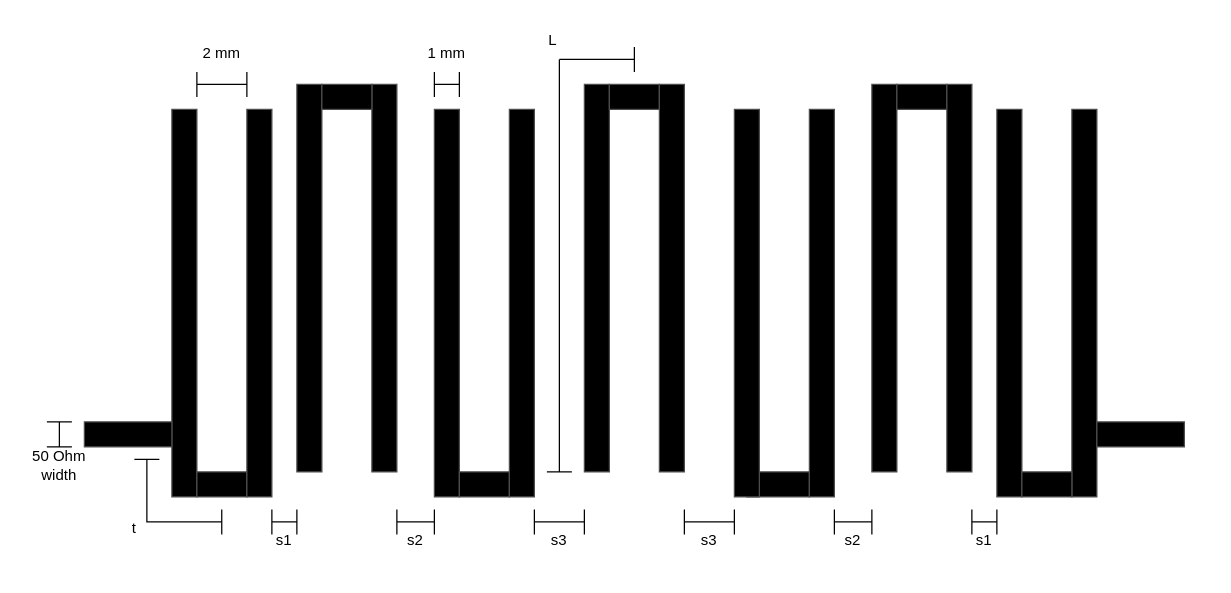
This is gitfigures/system_design/rf_front_end/bandpass_filter/final_hairpin_bandpass.drawio from Niclasapdk/esd5_project, a draw.io file, before an edit. Source tidied: cells renumbered, new cells numbered last; positions are measured from the earlier drawing's top-left corner, leaving out a move shared by most shapes. Both pictures are drawn from the tidied source at 125%, with x=0, y=0 at pixel (21, 21).
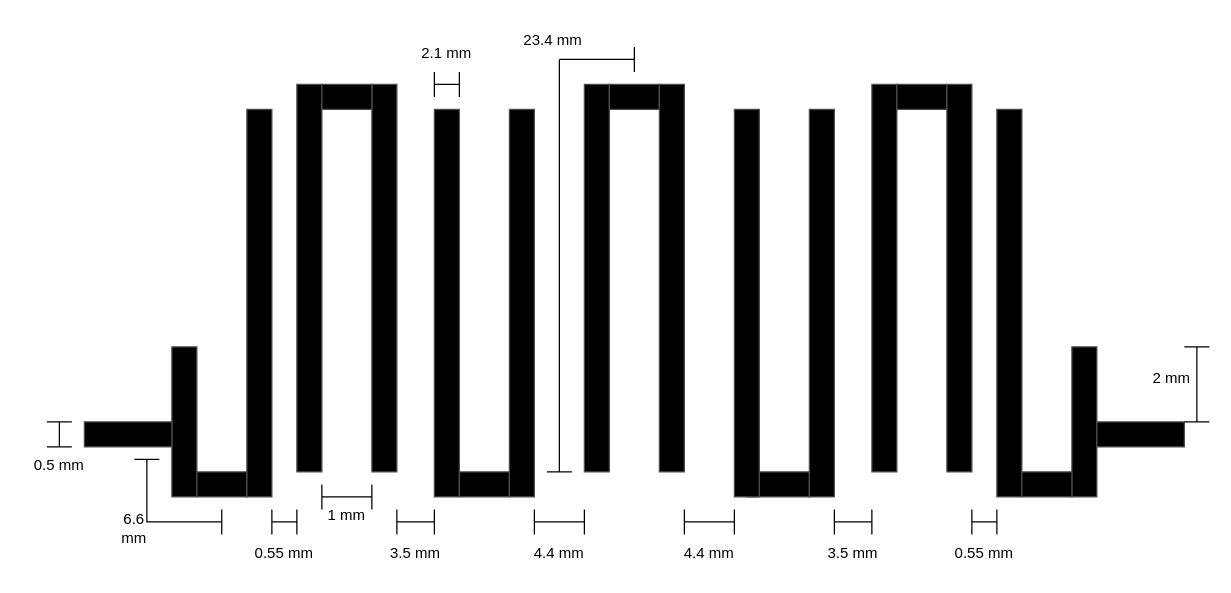
The same diagram, later.

Diff of the diagram source:
```diff
@@
     <mxCell id="2" style="rounded=0;whiteSpace=wrap;html=1;fillColor=#000000;strokeColor=#4D4D4D;" parent="1" vertex="1">
-      <mxGeometry x="120" y="70" width="20" height="310" as="geometry" />
+      <mxGeometry x="120" y="260" width="20" height="120" as="geometry" />
     </mxCell>
@@
     <mxCell id="15" style="rounded=0;whiteSpace=wrap;html=1;fillColor=#000000;strokeColor=#4D4D4D;" parent="1" vertex="1">
-      <mxGeometry x="840" y="70" width="20" height="310" as="geometry" />
+      <mxGeometry x="840" y="260" width="20" height="120" as="geometry" />
     </mxCell>
@@
-    <mxCell id="26" value="1 mm" style="text;html=1;align=center;verticalAlign=middle;whiteSpace=wrap;rounded=0;" parent="1" vertex="1">
+    <mxCell id="26" value="2.1 mm" style="text;html=1;align=center;verticalAlign=middle;whiteSpace=wrap;rounded=0;" parent="1" vertex="1">
       <mxGeometry x="310" y="10" width="60" height="30" as="geometry" />
     </mxCell>
     <mxCell id="27" style="shape=crossbar;whiteSpace=wrap;html=1;rounded=1;" parent="1" vertex="1">
-      <mxGeometry x="140" y="40" width="40" height="20" as="geometry" />
+      <mxGeometry x="240" y="370" width="40" height="20" as="geometry" />
     </mxCell>
-    <mxCell id="28" value="2 mm" style="text;html=1;align=center;verticalAlign=middle;whiteSpace=wrap;rounded=0;" parent="1" vertex="1">
-      <mxGeometry x="130" y="10" width="60" height="30" as="geometry" />
+    <mxCell id="28" value="1 mm" style="text;html=1;align=center;verticalAlign=middle;whiteSpace=wrap;rounded=0;" parent="1" vertex="1">
+      <mxGeometry x="230" y="380" width="60" height="30" as="geometry" />
     </mxCell>
@@
-    <mxCell id="30" value="s1" style="text;html=1;align=center;verticalAlign=middle;whiteSpace=wrap;rounded=0;" parent="1" vertex="1">
-      <mxGeometry x="180" y="400" width="60" height="30" as="geometry" />
+    <mxCell id="30" value="0.55 mm" style="text;html=1;align=center;verticalAlign=middle;whiteSpace=wrap;rounded=0;" parent="1" vertex="1">
+      <mxGeometry x="180" y="410" width="60" height="30" as="geometry" />
     </mxCell>
@@
-    <mxCell id="32" value="s1" style="text;html=1;align=center;verticalAlign=middle;whiteSpace=wrap;rounded=0;" parent="1" vertex="1">
-      <mxGeometry x="740" y="400" width="60" height="30" as="geometry" />
+    <mxCell id="32" value="0.55 mm" style="text;html=1;align=center;verticalAlign=middle;whiteSpace=wrap;rounded=0;" parent="1" vertex="1">
+      <mxGeometry x="740" y="410" width="60" height="30" as="geometry" />
     </mxCell>
@@
-    <mxCell id="34" value="s2" style="text;html=1;align=center;verticalAlign=middle;whiteSpace=wrap;rounded=0;" parent="1" vertex="1">
-      <mxGeometry x="290" y="400" width="50" height="30" as="geometry" />
+    <mxCell id="34" value="3.5 mm" style="text;html=1;align=center;verticalAlign=middle;whiteSpace=wrap;rounded=0;" parent="1" vertex="1">
+      <mxGeometry x="290" y="410" width="50" height="30" as="geometry" />
     </mxCell>
@@
-    <mxCell id="36" value="s2" style="text;html=1;align=center;verticalAlign=middle;whiteSpace=wrap;rounded=0;" parent="1" vertex="1">
-      <mxGeometry x="640" y="400" width="50" height="30" as="geometry" />
+    <mxCell id="36" value="3.5 mm" style="text;html=1;align=center;verticalAlign=middle;whiteSpace=wrap;rounded=0;" parent="1" vertex="1">
+      <mxGeometry x="640" y="410" width="50" height="30" as="geometry" />
     </mxCell>
@@
-    <mxCell id="38" value="s3" style="text;html=1;align=center;verticalAlign=middle;whiteSpace=wrap;rounded=0;" parent="1" vertex="1">
-      <mxGeometry x="405" y="400" width="50" height="30" as="geometry" />
+    <mxCell id="38" value="4.4 mm" style="text;html=1;align=center;verticalAlign=middle;whiteSpace=wrap;rounded=0;" parent="1" vertex="1">
+      <mxGeometry x="405" y="410" width="50" height="30" as="geometry" />
     </mxCell>
@@
-    <mxCell id="40" value="s3" style="text;html=1;align=center;verticalAlign=middle;whiteSpace=wrap;rounded=0;" parent="1" vertex="1">
-      <mxGeometry x="525" y="400" width="50" height="30" as="geometry" />
+    <mxCell id="40" value="4.4 mm" style="text;html=1;align=center;verticalAlign=middle;whiteSpace=wrap;rounded=0;" parent="1" vertex="1">
+      <mxGeometry x="525" y="410" width="50" height="30" as="geometry" />
     </mxCell>
@@
-    <mxCell id="45" value="L" style="text;html=1;align=center;verticalAlign=middle;whiteSpace=wrap;rounded=0;" parent="1" vertex="1">
+    <mxCell id="45" value="23.4 mm" style="text;html=1;align=center;verticalAlign=middle;whiteSpace=wrap;rounded=0;" parent="1" vertex="1">
       <mxGeometry x="395" width="60" height="30" as="geometry" />
     </mxCell>
@@
-    <mxCell id="47" value="50 Ohm width" style="text;html=1;align=center;verticalAlign=middle;whiteSpace=wrap;rounded=0;" parent="1" vertex="1">
+    <mxCell id="47" value="0.5 mm" style="text;html=1;align=center;verticalAlign=middle;whiteSpace=wrap;rounded=0;" parent="1" vertex="1">
       <mxGeometry y="340" width="60" height="30" as="geometry" />
     </mxCell>
@@
-    <mxCell id="50" value="t" style="text;html=1;align=center;verticalAlign=middle;whiteSpace=wrap;rounded=0;" parent="1" vertex="1">
+    <mxCell id="50" value="6.6 mm" style="text;html=1;align=center;verticalAlign=middle;whiteSpace=wrap;rounded=0;" parent="1" vertex="1">
       <mxGeometry x="80" y="390" width="20" height="30" as="geometry" />
     </mxCell>
@@
+    <mxCell id="52" style="shape=crossbar;whiteSpace=wrap;html=1;rounded=1;direction=south;" parent="1" vertex="1">
+      <mxGeometry x="930" y="260" width="20" height="60" as="geometry" />
+    </mxCell>
+    <mxCell id="53" value="&lt;div&gt;2 mm&lt;/div&gt;" style="text;html=1;align=center;verticalAlign=middle;whiteSpace=wrap;rounded=0;" parent="1" vertex="1">
+      <mxGeometry x="890" y="270" width="60" height="30" as="geometry" />
+    </mxCell>
```
